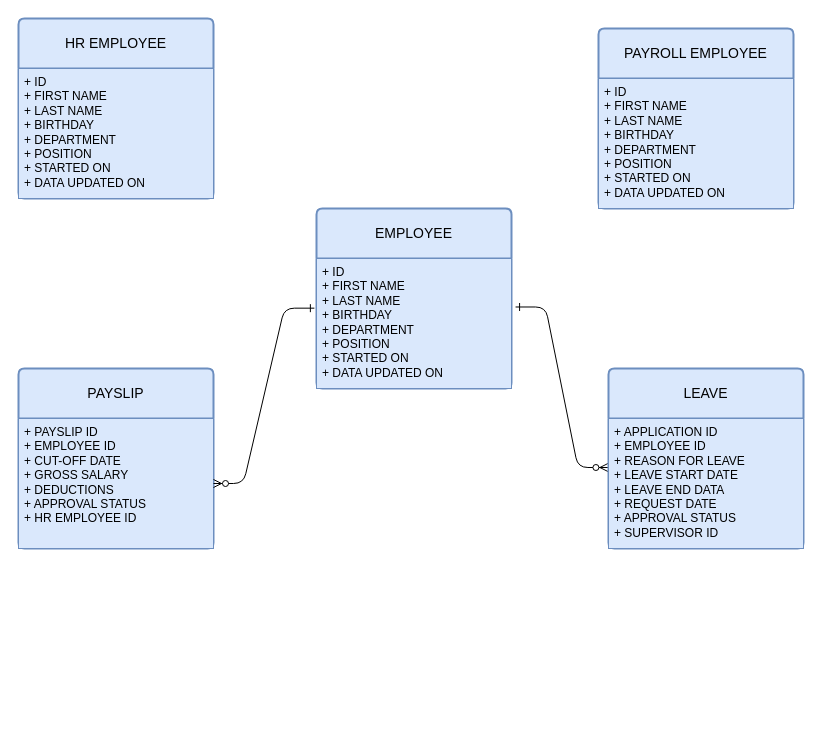
This is MO-IT107-ERD.drawio from zephyrstorm123/MO-IT107-Worksheet3-ERD, a draw.io file, before an edit. Source tidied: cells renumbered, new cells numbered last; positions are measured from the earlier drawing's top-left corner, leaving out a move shared by most shapes. Both pictures are drawn from the tidied source at 100%, with x=0, y=0 at pixel (18, 18).
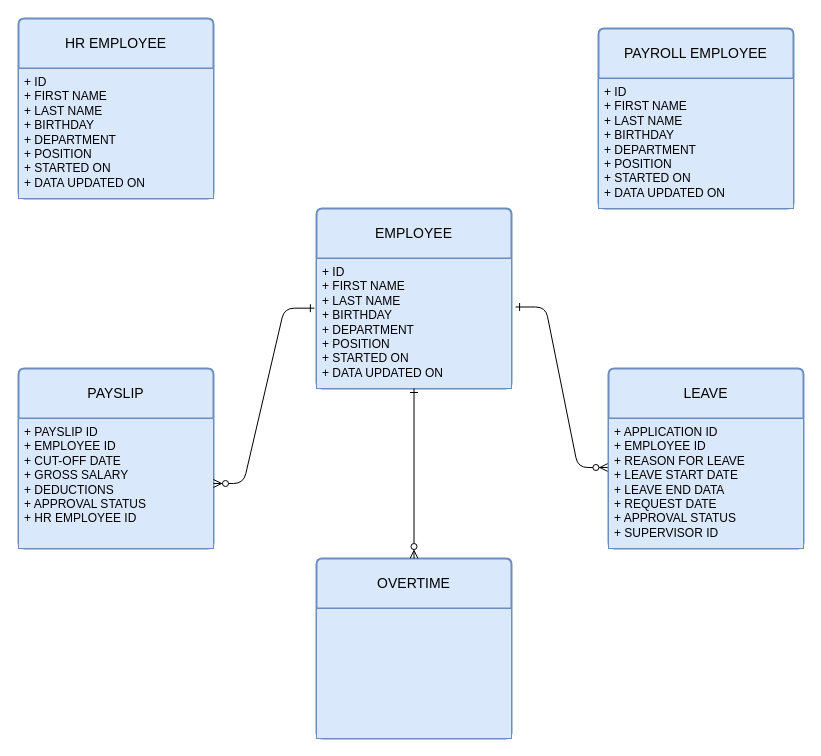
After the change.

Change to the diagram source:
```diff
@@
 <mxGraphModel>
   <root>
     <mxCell id="0" />
     <mxCell id="1" parent="0" />
     <mxCell id="2" style="edgeStyle=entityRelationEdgeStyle;endArrow=ERzeroToMany;startArrow=ERone;endFill=1;startFill=0;entryX=-0.003;entryY=0.377;entryDx=0;entryDy=0;entryPerimeter=0;exitX=1.021;exitY=0.373;exitDx=0;exitDy=0;exitPerimeter=0;" parent="1" edge="1" source="4" target="6">
       <mxGeometry relative="1" as="geometry" />
     </mxCell>
     <mxCell id="3" value="EMPLOYEE" style="swimlane;horizontal=1;startSize=50;rounded=1;fontSize=14;fontStyle=0;strokeWidth=2;shadow=0;dashed=0;align=center;arcSize=4;whiteSpace=wrap;html=1;fillColor=#dae8fc;strokeColor=#6c8ebf;" parent="1" vertex="1">
       <mxGeometry x="298" y="190" width="195" height="180" as="geometry" />
     </mxCell>
     <mxCell id="4" value="+ ID&lt;br&gt;+ FIRST NAME&lt;br&gt;+ LAST NAME&lt;br&gt;+ BIRTHDAY&lt;br&gt;+ DEPARTMENT&lt;br&gt;+ POSITION&lt;br&gt;+ STARTED ON&lt;br&gt;+ DATA UPDATED ON" style="align=left;strokeColor=#6c8ebf;fillColor=#dae8fc;spacingLeft=4;fontSize=12;verticalAlign=top;html=1;" parent="3" vertex="1">
       <mxGeometry y="50" width="195" height="130" as="geometry" />
     </mxCell>
     <mxCell id="5" value="LEAVE" style="swimlane;horizontal=1;startSize=50;rounded=1;fontSize=14;fontStyle=0;strokeWidth=2;shadow=0;dashed=0;align=center;arcSize=4;whiteSpace=wrap;html=1;fillColor=#dae8fc;strokeColor=#6c8ebf;" parent="1" vertex="1">
       <mxGeometry x="590" y="350" width="195" height="180" as="geometry" />
     </mxCell>
     <mxCell id="6" value="+ APPLICATION ID&lt;br&gt;+ EMPLOYEE ID&lt;br&gt;+ REASON FOR LEAVE&lt;br&gt;+ LEAVE START DATE&lt;br&gt;+ LEAVE END DATA&lt;br&gt;+ REQUEST DATE&lt;br&gt;+ APPROVAL STATUS&lt;br&gt;+ SUPERVISOR ID" style="align=left;strokeColor=#6c8ebf;fillColor=#dae8fc;spacingLeft=4;fontSize=12;verticalAlign=top;html=1;" parent="5" vertex="1">
       <mxGeometry y="50" width="195" height="130" as="geometry" />
     </mxCell>
     <mxCell id="7" value="PAYSLIP" style="swimlane;horizontal=1;startSize=50;rounded=1;fontSize=14;fontStyle=0;strokeWidth=2;shadow=0;dashed=0;align=center;arcSize=4;whiteSpace=wrap;html=1;fillColor=#dae8fc;strokeColor=#6c8ebf;" parent="1" vertex="1">
       <mxGeometry y="350" width="195" height="180" as="geometry" />
     </mxCell>
     <mxCell id="8" value="+ PAYSLIP ID&lt;br&gt;+ EMPLOYEE ID&lt;br&gt;+ CUT-OFF DATE&lt;br&gt;+ GROSS SALARY&lt;br&gt;+ DEDUCTIONS&lt;br&gt;+ APPROVAL STATUS&lt;br&gt;+ HR EMPLOYEE ID" style="align=left;strokeColor=#6c8ebf;fillColor=#dae8fc;spacingLeft=4;fontSize=12;verticalAlign=top;html=1;" parent="7" vertex="1">
       <mxGeometry y="50" width="195" height="130" as="geometry" />
     </mxCell>
     <mxCell id="9" style="edgeStyle=entityRelationEdgeStyle;endArrow=ERzeroToMany;startArrow=ERone;endFill=1;startFill=0;exitX=-0.011;exitY=0.382;exitDx=0;exitDy=0;exitPerimeter=0;" parent="1" edge="1" source="4" target="8">
       <mxGeometry relative="1" as="geometry">
         <Array as="points">
           <mxPoint x="300" y="280" />
         </Array>
       </mxGeometry>
     </mxCell>
     <mxCell id="10" value="HR EMPLOYEE" style="swimlane;horizontal=1;startSize=50;rounded=1;fontSize=14;fontStyle=0;strokeWidth=2;shadow=0;dashed=0;align=center;arcSize=4;whiteSpace=wrap;html=1;fillColor=#dae8fc;strokeColor=#6c8ebf;" parent="1" vertex="1">
       <mxGeometry width="195" height="180" as="geometry" />
     </mxCell>
     <mxCell id="11" value="+ ID&lt;br&gt;+ FIRST NAME&lt;br&gt;+ LAST NAME&lt;br&gt;+ BIRTHDAY&lt;br&gt;+ DEPARTMENT&lt;br&gt;+ POSITION&lt;br&gt;+ STARTED ON&lt;br&gt;+ DATA UPDATED ON" style="align=left;strokeColor=#6c8ebf;fillColor=#dae8fc;spacingLeft=4;fontSize=12;verticalAlign=top;html=1;" parent="10" vertex="1">
       <mxGeometry y="50" width="195" height="130" as="geometry" />
     </mxCell>
     <mxCell id="12" value="PAYROLL EMPLOYEE" style="swimlane;horizontal=1;startSize=50;rounded=1;fontSize=14;fontStyle=0;strokeWidth=2;shadow=0;dashed=0;align=center;arcSize=4;whiteSpace=wrap;html=1;fillColor=#dae8fc;strokeColor=#6c8ebf;" parent="1" vertex="1">
       <mxGeometry x="580" y="10" width="195" height="180" as="geometry" />
     </mxCell>
     <mxCell id="13" value="+ ID&lt;br&gt;+ FIRST NAME&lt;br&gt;+ LAST NAME&lt;br&gt;+ BIRTHDAY&lt;br&gt;+ DEPARTMENT&lt;br&gt;+ POSITION&lt;br&gt;+ STARTED ON&lt;br&gt;+ DATA UPDATED ON" style="align=left;strokeColor=#6c8ebf;fillColor=#dae8fc;spacingLeft=4;fontSize=12;verticalAlign=top;html=1;" parent="12" vertex="1">
       <mxGeometry y="50" width="195" height="130" as="geometry" />
     </mxCell>
+    <mxCell id="14" value="OVERTIME" style="swimlane;horizontal=1;startSize=50;rounded=1;fontSize=14;fontStyle=0;strokeWidth=2;shadow=0;dashed=0;align=center;arcSize=4;whiteSpace=wrap;html=1;fillColor=#dae8fc;strokeColor=#6c8ebf;" parent="1" vertex="1">
+      <mxGeometry x="298" y="540" width="195" height="180" as="geometry" />
+    </mxCell>
+    <mxCell id="15" style="align=left;strokeColor=#6c8ebf;fillColor=#dae8fc;spacingLeft=4;fontSize=12;verticalAlign=top;html=1;" parent="14" vertex="1">
+      <mxGeometry y="50" width="195" height="130" as="geometry" />
+    </mxCell>
+    <mxCell id="16" style="edgeStyle=orthogonalEdgeStyle;rounded=1;jettySize=auto;html=1;exitX=0.5;exitY=1;exitDx=0;exitDy=0;endArrow=ERzeroToMany;endFill=0;curved=0;startArrow=ERone;startFill=0;" parent="1" edge="1" source="4" target="14">
+      <mxGeometry relative="1" as="geometry" />
+    </mxCell>
   </root>
 </mxGraphModel>
```
